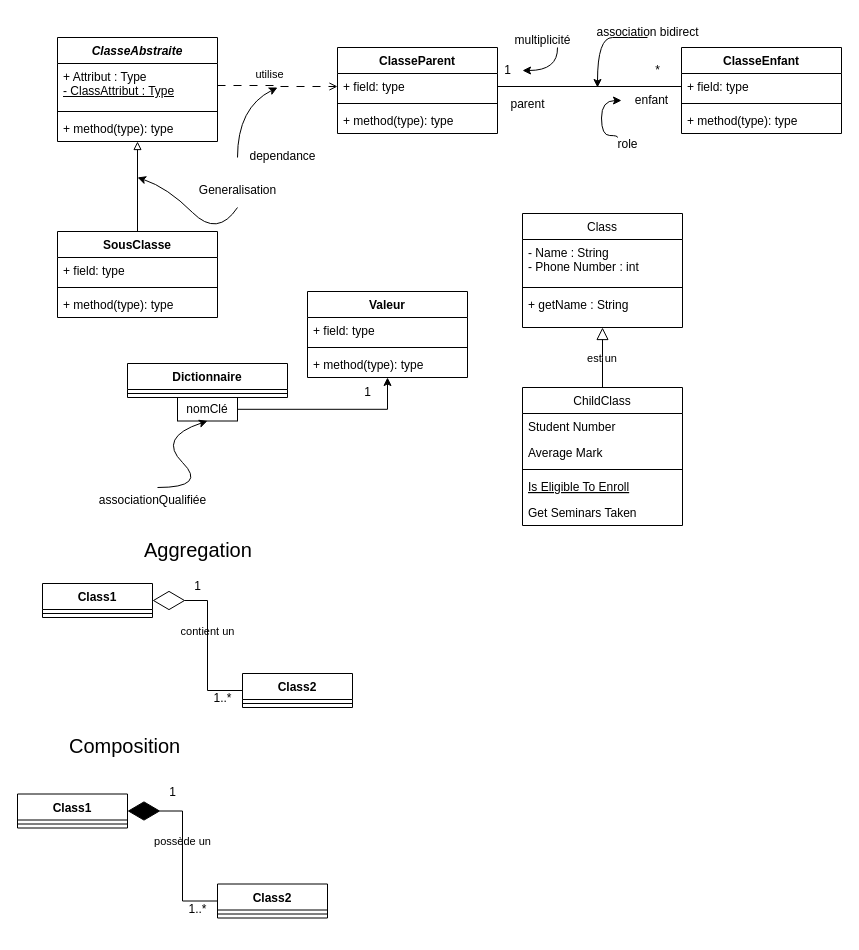
Before: Diagramme sans nom.drawio in Nereoll/draw.io, a draw.io diagram. Source tidied: cells renumbered, new cells numbered last; positions are measured from the earlier drawing's top-left corner, leaving out a move shared by most shapes. Both pictures are drawn from the tidied source at 100%, with x=0, y=0 at pixel (17, 17).
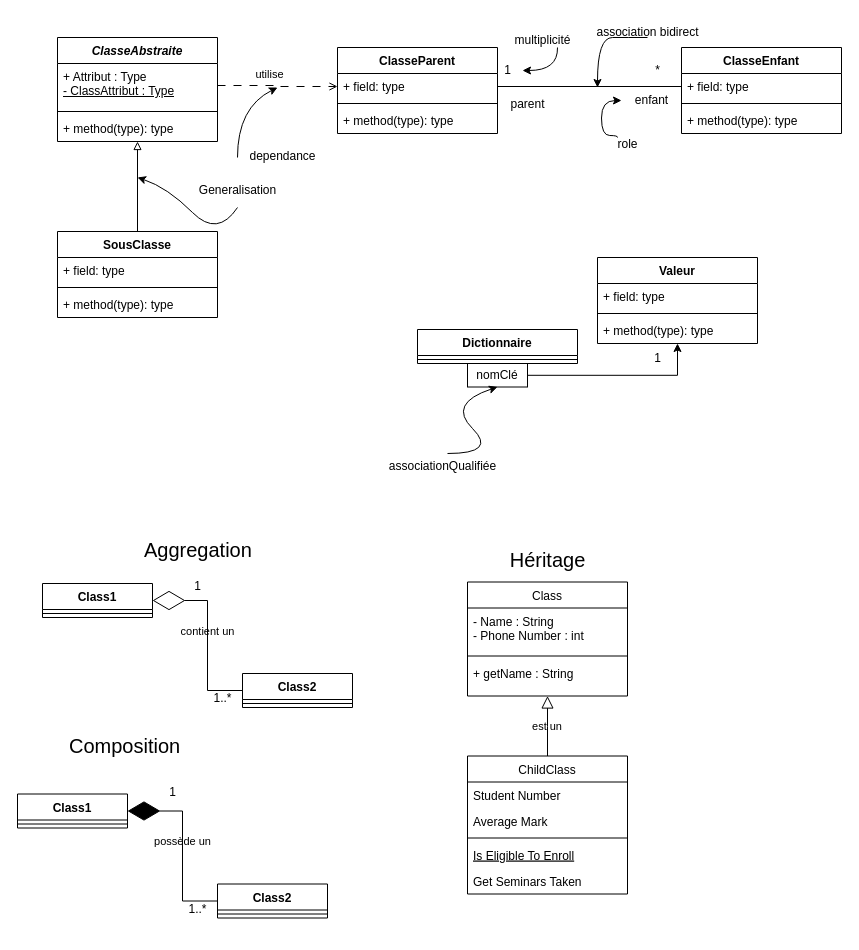
After the change.

Commit message (it also covers changes not shown here):
Mettre à jour Diagramme sans nom.drawio

Diff of the diagram source:
```diff
@@
     <mxCell id="2" value="ChildClass" style="swimlane;fontStyle=0;align=center;verticalAlign=top;horizontal=1;startSize=26;rounded=0;shadow=0;strokeWidth=1;labelBackgroundColor=none;" parent="1" vertex="1">
-      <mxGeometry x="505" y="370" width="160" height="138" as="geometry" />
+      <mxGeometry x="450" y="738.5" width="160" height="138" as="geometry" />
     </mxCell>
@@
     <mxCell id="15" value="Class" style="swimlane;fontStyle=0;align=center;verticalAlign=top;horizontal=1;startSize=26;rounded=0;shadow=0;strokeWidth=1;labelBackgroundColor=none;" parent="1" vertex="1">
-      <mxGeometry x="505" y="196" width="160" height="114" as="geometry" />
+      <mxGeometry x="450" y="564.5" width="160" height="114" as="geometry" />
     </mxCell>
@@
     <mxCell id="65" value="Dictionnaire" style="swimlane;fontStyle=1;align=center;verticalAlign=top;horizontal=1;startSize=26;whiteSpace=wrap;html=1;labelBackgroundColor=none;" parent="1" vertex="1">
-      <mxGeometry x="110" y="346" width="160" height="34" as="geometry" />
+      <mxGeometry x="400" y="312" width="160" height="34" as="geometry" />
     </mxCell>
@@
     <mxCell id="68" value="nomClé" style="rounded=0;whiteSpace=wrap;html=1;labelBackgroundColor=none;" parent="1" vertex="1">
-      <mxGeometry x="160" y="380" width="60" height="23.5" as="geometry" />
+      <mxGeometry x="450" y="346" width="60" height="23.5" as="geometry" />
     </mxCell>
     <mxCell id="69" value="Valeur" style="swimlane;fontStyle=1;align=center;verticalAlign=top;horizontal=1;startSize=26;whiteSpace=wrap;html=1;labelBackgroundColor=none;" parent="1" vertex="1">
-      <mxGeometry x="290" y="274" width="160" height="86" as="geometry" />
+      <mxGeometry x="580" y="240" width="160" height="86" as="geometry" />
     </mxCell>
@@
     <mxCell id="73" style="curved=1;endArrow=classic;html=1;rounded=0;entryX=0.5;entryY=1;entryDx=0;entryDy=0;labelBackgroundColor=none;fontColor=default;" parent="1" edge="1" target="68">
       <mxGeometry relative="1" as="geometry">
-        <mxPoint x="140" y="470" as="sourcePoint" />
+        <mxPoint x="430" y="436" as="sourcePoint" />
         <Array as="points">
-          <mxPoint x="190" y="470" />
-          <mxPoint x="140" y="420" />
+          <mxPoint x="480" y="436" />
+          <mxPoint x="430" y="386" />
         </Array>
       </mxGeometry>
     </mxCell>
     <mxCell id="74" value="associationQualifiée" style="text;html=1;align=center;verticalAlign=middle;strokeColor=none;fillColor=none;labelBackgroundColor=none;" parent="1" vertex="1">
-      <mxGeometry x="70" y="468" width="130" height="30" as="geometry" />
+      <mxGeometry x="360" y="434" width="130" height="30" as="geometry" />
     </mxCell>
     <mxCell id="75" value="1" style="text;html=1;align=center;verticalAlign=middle;strokeColor=none;fillColor=none;labelBackgroundColor=none;" parent="1" vertex="1">
-      <mxGeometry x="335" y="360" width="30" height="30" as="geometry" />
+      <mxGeometry x="625" y="326" width="30" height="30" as="geometry" />
     </mxCell>
+    <mxCell id="76" value="&lt;font style=&quot;font-size: 20px;&quot;&gt;Héritage&lt;/font&gt;" style="text;html=1;align=center;verticalAlign=middle;strokeColor=none;fillColor=none;" parent="1" vertex="1">
+      <mxGeometry x="480" y="521.5" width="100" height="40" as="geometry" />
+    </mxCell>
```
